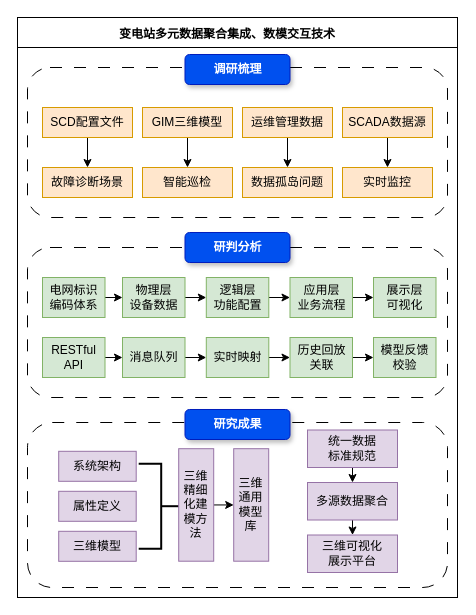
Above: 技术路线架构1.drawio in ofjosfre/drawio-backup (draw.io), before the change. Source tidied: cells renumbered, new cells numbered last; positions are measured from the earlier drawing's top-left corner, leaving out a move shared by most shapes. Both pictures are drawn from the tidied source at 100%, with x=0, y=0 at pixel (-53, 20).
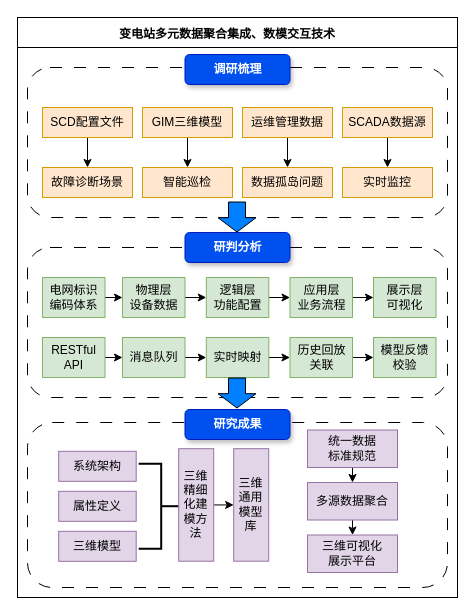
Above is the later version.

Commit message:
更新技术路线架构1.drawio

What changed in the source:
```diff
@@
+    <mxCell id="54" style="shape=flexArrow;endArrow=classic;html=1;rounded=0;fillColor=#007FFF;fillStyle=solid;width=17;endSize=4.44;" parent="1" edge="1">
+      <mxGeometry relative="1" as="geometry">
+        <mxPoint x="289.5" y="181" as="sourcePoint" />
+        <mxPoint x="289.5" y="212" as="targetPoint" />
+      </mxGeometry>
+    </mxCell>
+    <mxCell id="55" style="shape=flexArrow;endArrow=classic;html=1;rounded=0;fillColor=#007FFF;fillStyle=solid;width=17;endSize=4.44;" parent="1" edge="1">
+      <mxGeometry relative="1" as="geometry">
+        <mxPoint x="289.5" y="357" as="sourcePoint" />
+        <mxPoint x="289.5" y="388" as="targetPoint" />
+      </mxGeometry>
+    </mxCell>
```
